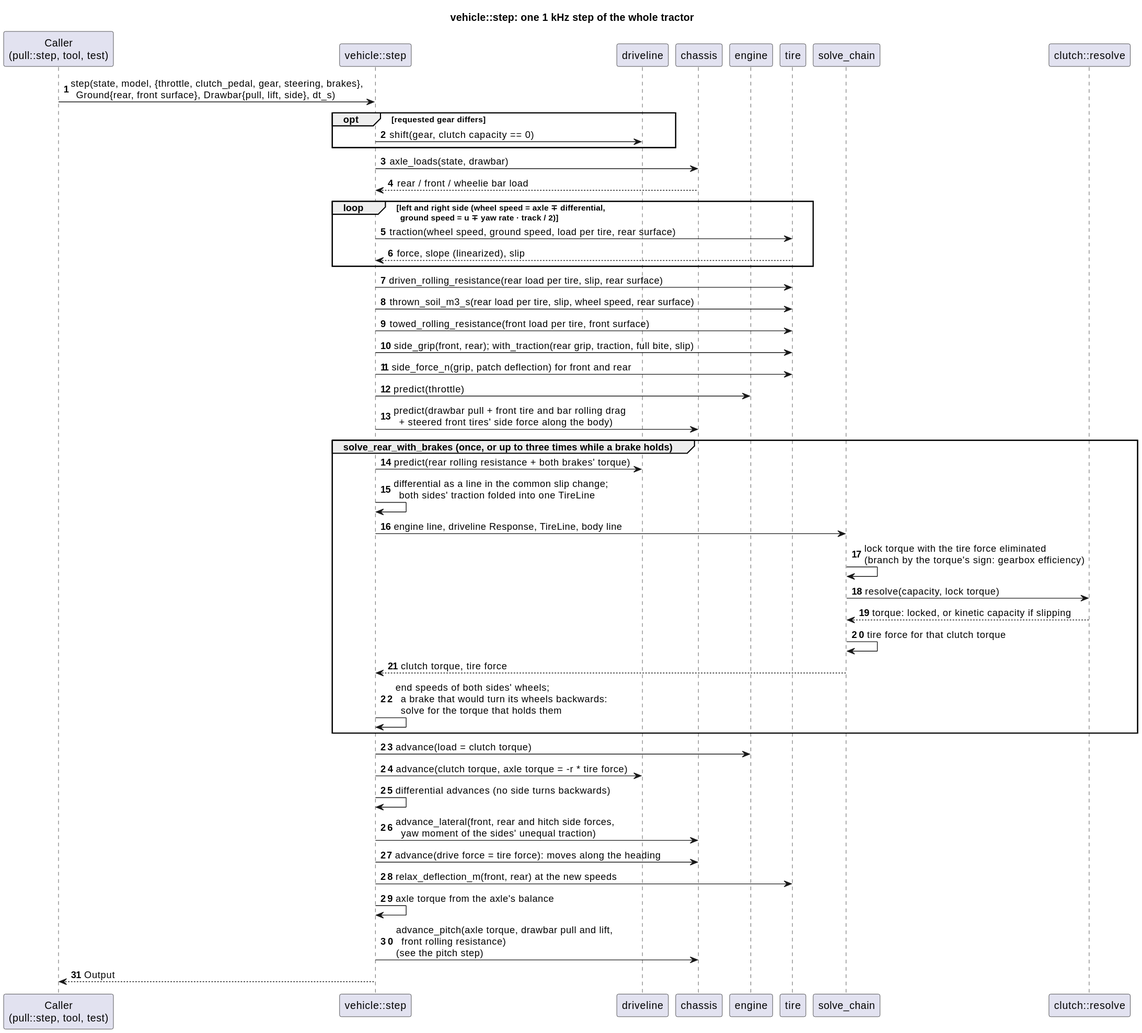
The PlantUML diagram docs/diagrams/svg/vehicle_step_sequence.svg in wversteeg/TractorPulling, before a commit.
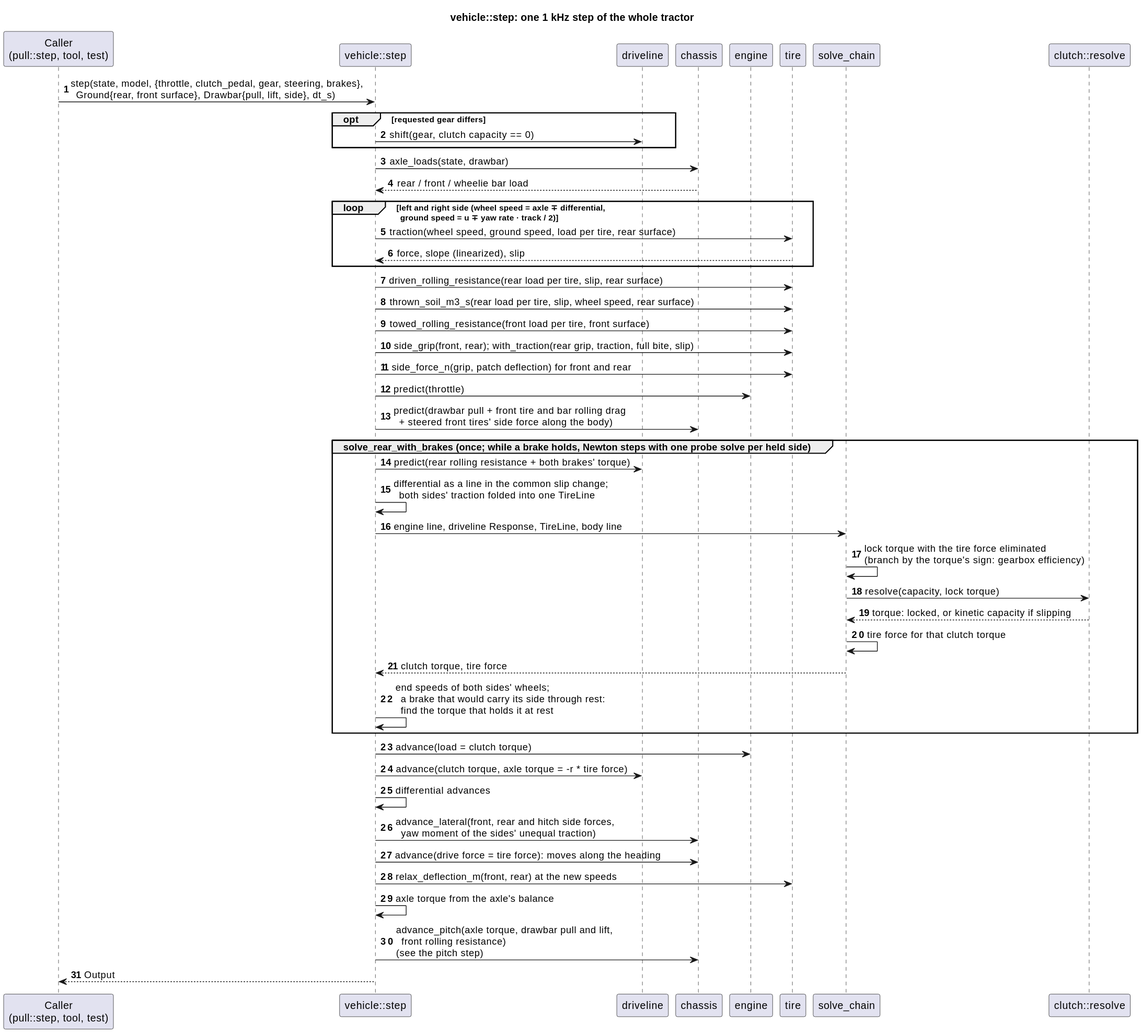
After the change.

The edit, as a diff of the source:
```diff
@@ -27,7 +27,7 @@
 Step -> Tire : side_force_n(grip, patch deflection) for front and rear
 Step -> Engine : predict(throttle)
 Step -> Chassis : predict(drawbar pull + front tire and bar rolling drag\n  + steered front tires' side force along the body)
-group solve_rear_with_brakes (once, or up to three times while a brake holds)
+group solve_rear_with_brakes (once; while a brake holds, Newton steps with one probe solve per held side)
 Step -> Driveline : predict(rear rolling resistance + both brakes' torque)
 Step -> Step : differential as a line in the common slip change;\n  both sides' traction folded into one TireLine
 Step -> Solve : engine line, driveline Response, TireLine, body line
@@ -36,11 +36,11 @@
 Clutch --> Solve : torque: locked, or kinetic capacity if slipping
 Solve -> Solve : tire force for that clutch torque
 Solve --> Step : clutch torque, tire force
-Step -> Step : end speeds of both sides' wheels;\n  a brake that would turn its wheels backwards:\n  solve for the torque that holds them
+Step -> Step : end speeds of both sides' wheels;\n  a brake that would carry its side through rest:\n  find the torque that holds it at rest
 end
 Step -> Engine : advance(load = clutch torque)
 Step -> Driveline : advance(clutch torque, axle torque = -r * tire force)
-Step -> Step : differential advances (no side turns backwards)
+Step -> Step : differential advances
 Step -> Chassis : advance_lateral(front, rear and hitch side forces,\n  yaw moment of the sides' unequal traction)
 Step -> Chassis : advance(drive force = tire force): moves along the heading
 Step -> Tire : relax_deflection_m(front, rear) at the new speeds
```
